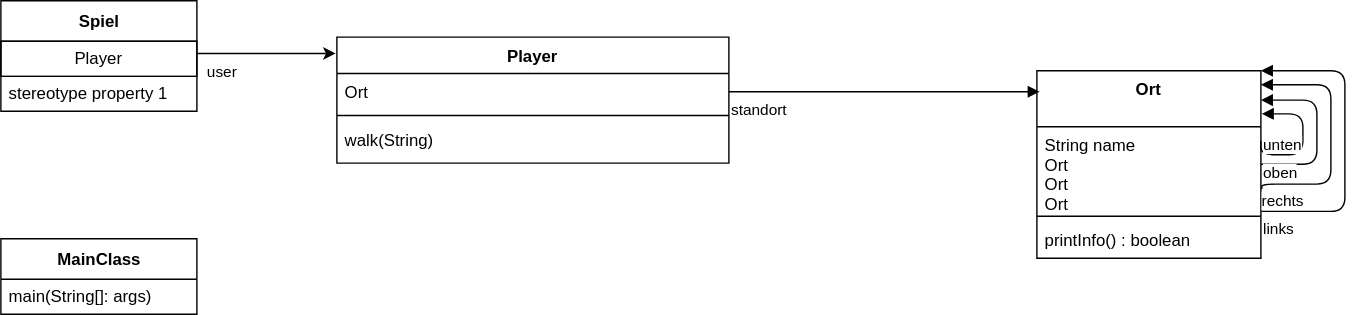
Above: class_diagram.svg in EuroBlue/adventure (draw.io), before the change. Source tidied: cells renumbered, new cells last; positions are measured from the earlier drawing's top-left corner, leaving out a move shared by most shapes. The source it was exported from:
```xml
<mxGraphModel>
  <root>
    <mxCell id="0" />
    <mxCell id="1" parent="0" />
    <mxCell id="2" value="Player" style="swimlane;fontStyle=1;align=center;verticalAlign=top;horizontal=1;startSize=26;" parent="1" vertex="1">
      <mxGeometry x="240" y="26" width="280" height="90" as="geometry" />
    </mxCell>
    <mxCell id="3" value="Ort" style="text;strokeColor=none;fillColor=none;align=left;verticalAlign=top;spacingLeft=4;spacingRight=4;overflow=hidden;points=[[0,0.5],[1,0.5]];portConstraint=eastwest;" parent="2" vertex="1">
      <mxGeometry y="26" width="280" height="26" as="geometry" />
    </mxCell>
    <mxCell id="4" style="line;strokeWidth=1;fillColor=none;align=left;verticalAlign=middle;spacingTop=-1;spacingLeft=3;spacingRight=3;labelPosition=right;" parent="2" vertex="1">
      <mxGeometry y="52" width="280" height="8" as="geometry" />
    </mxCell>
    <mxCell id="5" value="walk(String)" style="text;strokeColor=none;fillColor=none;align=left;verticalAlign=top;spacingLeft=4;spacingRight=4;overflow=hidden;" parent="2" vertex="1">
      <mxGeometry y="60" width="280" height="30" as="geometry" />
    </mxCell>
    <mxCell id="6" value="Ort" style="swimlane;fontStyle=1;align=center;verticalAlign=top;horizontal=1;startSize=40;" parent="1" vertex="1">
      <mxGeometry x="740" y="50" width="160" height="134" as="geometry" />
    </mxCell>
    <mxCell id="7" value="String name&#10;Ort&#10;Ort&#10;Ort&#10;Ort" style="text;strokeColor=none;fillColor=none;align=left;verticalAlign=top;spacingLeft=4;spacingRight=4;overflow=hidden;points=[[0,0.5],[1,0.5]];portConstraint=eastwest;" parent="6" vertex="1">
      <mxGeometry y="40" width="160" height="60" as="geometry" />
    </mxCell>
    <mxCell id="8" style="line;strokeWidth=1;fillColor=none;align=left;verticalAlign=middle;spacingTop=-1;spacingLeft=3;spacingRight=3;labelPosition=right;" parent="6" vertex="1">
      <mxGeometry y="100" width="160" height="8" as="geometry" />
    </mxCell>
    <mxCell id="9" value="printInfo() : boolean" style="text;strokeColor=none;fillColor=none;align=left;verticalAlign=top;spacingLeft=4;spacingRight=4;overflow=hidden;" parent="6" vertex="1">
      <mxGeometry y="108" width="160" height="26" as="geometry" />
    </mxCell>
    <mxCell id="10" value="&lt;div&gt;links&lt;/div&gt;&lt;div&gt;&lt;br&gt;&lt;/div&gt;" style="endArrow=block;endFill=1;html=1;edgeStyle=orthogonalEdgeStyle;align=left;verticalAlign=top;exitX=1.003;exitY=1.008;exitDx=0;exitDy=0;exitPerimeter=0;" parent="6" edge="1" source="7">
      <mxGeometry x="-1" relative="1" as="geometry">
        <mxPoint x="160" as="targetPoint" />
        <Array as="points">
          <mxPoint x="220" y="101" />
          <mxPoint x="220" />
        </Array>
      </mxGeometry>
    </mxCell>
    <mxCell id="11" value="&lt;div&gt;rechts&lt;/div&gt;" style="endArrow=block;endFill=1;html=1;edgeStyle=orthogonalEdgeStyle;align=left;verticalAlign=top;exitX=1.004;exitY=0.741;exitDx=0;exitDy=0;exitPerimeter=0;" parent="6" edge="1" source="7" target="6">
      <mxGeometry x="-0.96" y="1" relative="1" as="geometry">
        <Array as="points">
          <mxPoint x="210" y="81" />
          <mxPoint x="210" y="10" />
        </Array>
        <mxPoint x="-1" as="offset" />
      </mxGeometry>
    </mxCell>
    <mxCell id="12" value="&lt;div&gt;standort&lt;/div&gt;" style="endArrow=block;endFill=1;html=1;edgeStyle=orthogonalEdgeStyle;align=left;verticalAlign=top;exitX=1;exitY=0.5;exitDx=0;exitDy=0;" parent="1" edge="1" source="3">
      <mxGeometry x="-1" relative="1" as="geometry">
        <mxPoint x="742" y="65" as="targetPoint" />
      </mxGeometry>
    </mxCell>
    <mxCell id="13" value="&lt;div&gt;oben&lt;/div&gt;" style="endArrow=block;endFill=1;html=1;edgeStyle=orthogonalEdgeStyle;align=left;verticalAlign=top;" parent="1" edge="1" target="6">
      <mxGeometry x="-1" y="7" relative="1" as="geometry">
        <mxPoint x="900" y="116.8" as="sourcePoint" />
        <Array as="points">
          <mxPoint x="940" y="117" />
          <mxPoint x="940" y="71" />
        </Array>
      </mxGeometry>
    </mxCell>
    <mxCell id="14" value="&lt;div&gt;unten&lt;/div&gt;" style="endArrow=block;endFill=1;html=1;edgeStyle=orthogonalEdgeStyle;align=left;verticalAlign=top;entryX=1.004;entryY=0.23;entryDx=0;entryDy=0;entryPerimeter=0;" parent="1" edge="1" target="6">
      <mxGeometry x="1" y="9" relative="1" as="geometry">
        <mxPoint x="900" y="100" as="sourcePoint" />
        <Array as="points">
          <mxPoint x="900" y="110" />
          <mxPoint x="930" y="110" />
          <mxPoint x="930" y="81" />
        </Array>
      </mxGeometry>
    </mxCell>
    <mxCell id="15" value="Spiel" style="swimlane;fontStyle=1;align=center;verticalAlign=middle;horizontal=1;startSize=29;html=1;strokeColor=#000000;" parent="1" vertex="1">
      <mxGeometry width="140" height="79" as="geometry" />
    </mxCell>
    <mxCell id="16" value="Player" style="text;html=1;fillColor=none;align=center;verticalAlign=middle;spacingLeft=4;spacingRight=4;overflow=hidden;points=[[0,0.5],[1,0.5]];portConstraint=eastwest;strokeColor=#000000;" parent="15" vertex="1">
      <mxGeometry y="29" width="140" height="25" as="geometry" />
    </mxCell>
    <mxCell id="17" value="stereotype property 1" style="text;html=1;strokeColor=none;fillColor=none;align=left;verticalAlign=middle;spacingLeft=4;spacingRight=4;overflow=hidden;" parent="15" vertex="1">
      <mxGeometry y="54" width="140" height="25" as="geometry" />
    </mxCell>
    <mxCell id="18" value="user" style="edgeStyle=orthogonalEdgeStyle;rounded=0;jettySize=auto;html=1;entryX=-0.003;entryY=0.13;entryDx=0;entryDy=0;entryPerimeter=0;fontFamily=Helvetica;labelPosition=left;verticalLabelPosition=bottom;align=right;verticalAlign=top;" parent="1" edge="1" source="16" target="2">
      <mxGeometry x="-0.39" relative="1" as="geometry">
        <Array as="points">
          <mxPoint x="190" y="38" />
        </Array>
      </mxGeometry>
    </mxCell>
    <mxCell id="19" value="MainClass" style="swimlane;fontStyle=1;align=center;verticalAlign=middle;horizontal=1;startSize=29;html=1;fontFamily=Helvetica;strokeColor=#000000;" parent="1" vertex="1">
      <mxGeometry y="170" width="140" height="54" as="geometry" />
    </mxCell>
    <mxCell id="20" value="main(String[]: args)" style="text;html=1;strokeColor=none;fillColor=none;align=left;verticalAlign=middle;spacingLeft=4;spacingRight=4;overflow=hidden;" parent="19" vertex="1">
      <mxGeometry y="29" width="140" height="25" as="geometry" />
    </mxCell>
  </root>
</mxGraphModel>
```
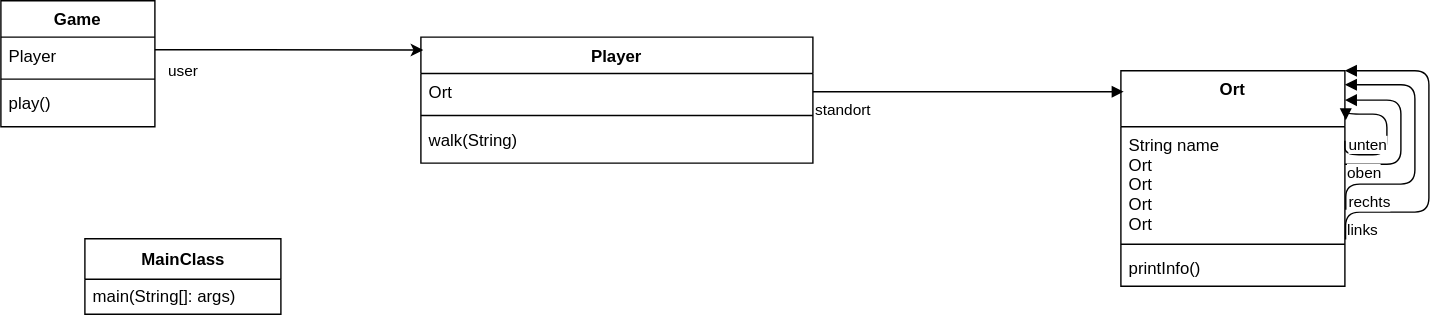
After the commit.

What changed in the source:
```diff
@@ -15,33 +15,34 @@
       <mxGeometry y="60" width="280" height="30" as="geometry" />
     </mxCell>
     <mxCell id="6" value="Ort" style="swimlane;fontStyle=1;align=center;verticalAlign=top;horizontal=1;startSize=40;" parent="1" vertex="1">
-      <mxGeometry x="740" y="50" width="160" height="134" as="geometry" />
+      <mxGeometry x="740" y="50" width="160" height="154" as="geometry" />
     </mxCell>
     <mxCell id="7" value="String name&#10;Ort&#10;Ort&#10;Ort&#10;Ort" style="text;strokeColor=none;fillColor=none;align=left;verticalAlign=top;spacingLeft=4;spacingRight=4;overflow=hidden;points=[[0,0.5],[1,0.5]];portConstraint=eastwest;" parent="6" vertex="1">
-      <mxGeometry y="40" width="160" height="60" as="geometry" />
+      <mxGeometry y="40" width="160" height="80" as="geometry" />
     </mxCell>
     <mxCell id="8" style="line;strokeWidth=1;fillColor=none;align=left;verticalAlign=middle;spacingTop=-1;spacingLeft=3;spacingRight=3;labelPosition=right;" parent="6" vertex="1">
-      <mxGeometry y="100" width="160" height="8" as="geometry" />
+      <mxGeometry y="120" width="160" height="8" as="geometry" />
     </mxCell>
-    <mxCell id="9" value="printInfo() : boolean" style="text;strokeColor=none;fillColor=none;align=left;verticalAlign=top;spacingLeft=4;spacingRight=4;overflow=hidden;" parent="6" vertex="1">
-      <mxGeometry y="108" width="160" height="26" as="geometry" />
+    <mxCell id="9" value="printInfo()" style="text;strokeColor=none;fillColor=none;align=left;verticalAlign=top;spacingLeft=4;spacingRight=4;overflow=hidden;" parent="6" vertex="1">
+      <mxGeometry y="128" width="160" height="26" as="geometry" />
     </mxCell>
     <mxCell id="10" value="&lt;div&gt;links&lt;/div&gt;&lt;div&gt;&lt;br&gt;&lt;/div&gt;" style="endArrow=block;endFill=1;html=1;edgeStyle=orthogonalEdgeStyle;align=left;verticalAlign=top;exitX=1.003;exitY=1.008;exitDx=0;exitDy=0;exitPerimeter=0;" parent="6" edge="1" source="7">
-      <mxGeometry x="-1" relative="1" as="geometry">
+      <mxGeometry x="-0.84" y="1" relative="1" as="geometry">
         <mxPoint x="160" as="targetPoint" />
         <Array as="points">
           <mxPoint x="220" y="101" />
           <mxPoint x="220" />
         </Array>
+        <mxPoint y="1" as="offset" />
       </mxGeometry>
     </mxCell>
     <mxCell id="11" value="&lt;div&gt;rechts&lt;/div&gt;" style="endArrow=block;endFill=1;html=1;edgeStyle=orthogonalEdgeStyle;align=left;verticalAlign=top;exitX=1.004;exitY=0.741;exitDx=0;exitDy=0;exitPerimeter=0;" parent="6" edge="1" source="7" target="6">
-      <mxGeometry x="-0.96" y="1" relative="1" as="geometry">
+      <mxGeometry x="-0.81" y="-1" relative="1" as="geometry">
         <Array as="points">
           <mxPoint x="210" y="81" />
           <mxPoint x="210" y="10" />
         </Array>
-        <mxPoint x="-1" as="offset" />
+        <mxPoint y="-1" as="offset" />
       </mxGeometry>
     </mxCell>
     <mxCell id="12" value="&lt;div&gt;standort&lt;/div&gt;" style="endArrow=block;endFill=1;html=1;edgeStyle=orthogonalEdgeStyle;align=left;verticalAlign=top;exitX=1;exitY=0.5;exitDx=0;exitDy=0;" parent="1" edge="1" source="3">
@@ -59,36 +60,41 @@
       </mxGeometry>
     </mxCell>
     <mxCell id="14" value="&lt;div&gt;unten&lt;/div&gt;" style="endArrow=block;endFill=1;html=1;edgeStyle=orthogonalEdgeStyle;align=left;verticalAlign=top;entryX=1.004;entryY=0.23;entryDx=0;entryDy=0;entryPerimeter=0;" parent="1" edge="1" target="6">
-      <mxGeometry x="1" y="9" relative="1" as="geometry">
+      <mxGeometry x="1" y="-5" relative="1" as="geometry">
         <mxPoint x="900" y="100" as="sourcePoint" />
         <Array as="points">
           <mxPoint x="900" y="110" />
           <mxPoint x="930" y="110" />
           <mxPoint x="930" y="81" />
         </Array>
+        <mxPoint x="5" y="5" as="offset" />
       </mxGeometry>
     </mxCell>
-    <mxCell id="15" value="Spiel" style="swimlane;fontStyle=1;align=center;verticalAlign=middle;horizontal=1;startSize=29;html=1;strokeColor=#000000;" parent="1" vertex="1">
-      <mxGeometry width="140" height="79" as="geometry" />
-    </mxCell>
-    <mxCell id="16" value="Player" style="text;html=1;fillColor=none;align=center;verticalAlign=middle;spacingLeft=4;spacingRight=4;overflow=hidden;points=[[0,0.5],[1,0.5]];portConstraint=eastwest;strokeColor=#000000;" parent="15" vertex="1">
-      <mxGeometry y="29" width="140" height="25" as="geometry" />
-    </mxCell>
-    <mxCell id="17" value="stereotype property 1" style="text;html=1;strokeColor=none;fillColor=none;align=left;verticalAlign=middle;spacingLeft=4;spacingRight=4;overflow=hidden;" parent="15" vertex="1">
-      <mxGeometry y="54" width="140" height="25" as="geometry" />
-    </mxCell>
-    <mxCell id="18" value="user" style="edgeStyle=orthogonalEdgeStyle;rounded=0;jettySize=auto;html=1;entryX=-0.003;entryY=0.13;entryDx=0;entryDy=0;entryPerimeter=0;fontFamily=Helvetica;labelPosition=left;verticalLabelPosition=bottom;align=right;verticalAlign=top;" parent="1" edge="1" source="16" target="2">
-      <mxGeometry x="-0.39" relative="1" as="geometry">
-        <Array as="points">
-          <mxPoint x="190" y="38" />
-        </Array>
-      </mxGeometry>
-    </mxCell>
     <mxCell id="19" value="MainClass" style="swimlane;fontStyle=1;align=center;verticalAlign=middle;horizontal=1;startSize=29;html=1;fontFamily=Helvetica;strokeColor=#000000;" parent="1" vertex="1">
       <mxGeometry y="170" width="140" height="54" as="geometry" />
     </mxCell>
     <mxCell id="20" value="main(String[]: args)" style="text;html=1;strokeColor=none;fillColor=none;align=left;verticalAlign=middle;spacingLeft=4;spacingRight=4;overflow=hidden;" parent="19" vertex="1">
       <mxGeometry y="29" width="140" height="25" as="geometry" />
     </mxCell>
+    <mxCell id="21" value="Game" style="swimlane;fontStyle=1;align=center;verticalAlign=top;horizontal=1;startSize=26;" parent="1" vertex="1">
+      <mxGeometry x="-60" width="110" height="90" as="geometry" />
+    </mxCell>
+    <mxCell id="16" value="Player" style="text;strokeColor=none;fillColor=none;align=left;verticalAlign=top;spacingLeft=4;spacingRight=4;overflow=hidden;points=[[0,0.5],[1,0.5]];portConstraint=eastwest;" parent="21" vertex="1">
+      <mxGeometry y="26" width="110" height="26" as="geometry" />
+    </mxCell>
+    <mxCell id="22" style="line;strokeWidth=1;fillColor=none;align=left;verticalAlign=middle;spacingTop=-1;spacingLeft=3;spacingRight=3;labelPosition=right;" parent="21" vertex="1">
+      <mxGeometry y="52" width="110" height="8" as="geometry" />
+    </mxCell>
+    <mxCell id="23" value="play()" style="text;strokeColor=none;fillColor=none;align=left;verticalAlign=top;spacingLeft=4;spacingRight=4;overflow=hidden;" parent="21" vertex="1">
+      <mxGeometry y="60" width="110" height="30" as="geometry" />
+    </mxCell>
+    <mxCell id="18" value="user" style="edgeStyle=orthogonalEdgeStyle;rounded=0;jettySize=auto;html=1;entryX=0.006;entryY=0.103;entryDx=0;entryDy=0;entryPerimeter=0;" parent="1" edge="1" source="16" target="2">
+      <mxGeometry x="-0.79" y="-15" relative="1" as="geometry">
+        <Array as="points">
+          <mxPoint x="100" y="35" />
+          <mxPoint x="100" y="35" />
+        </Array>
+      </mxGeometry>
+    </mxCell>
   </root>
 </mxGraphModel>
```
